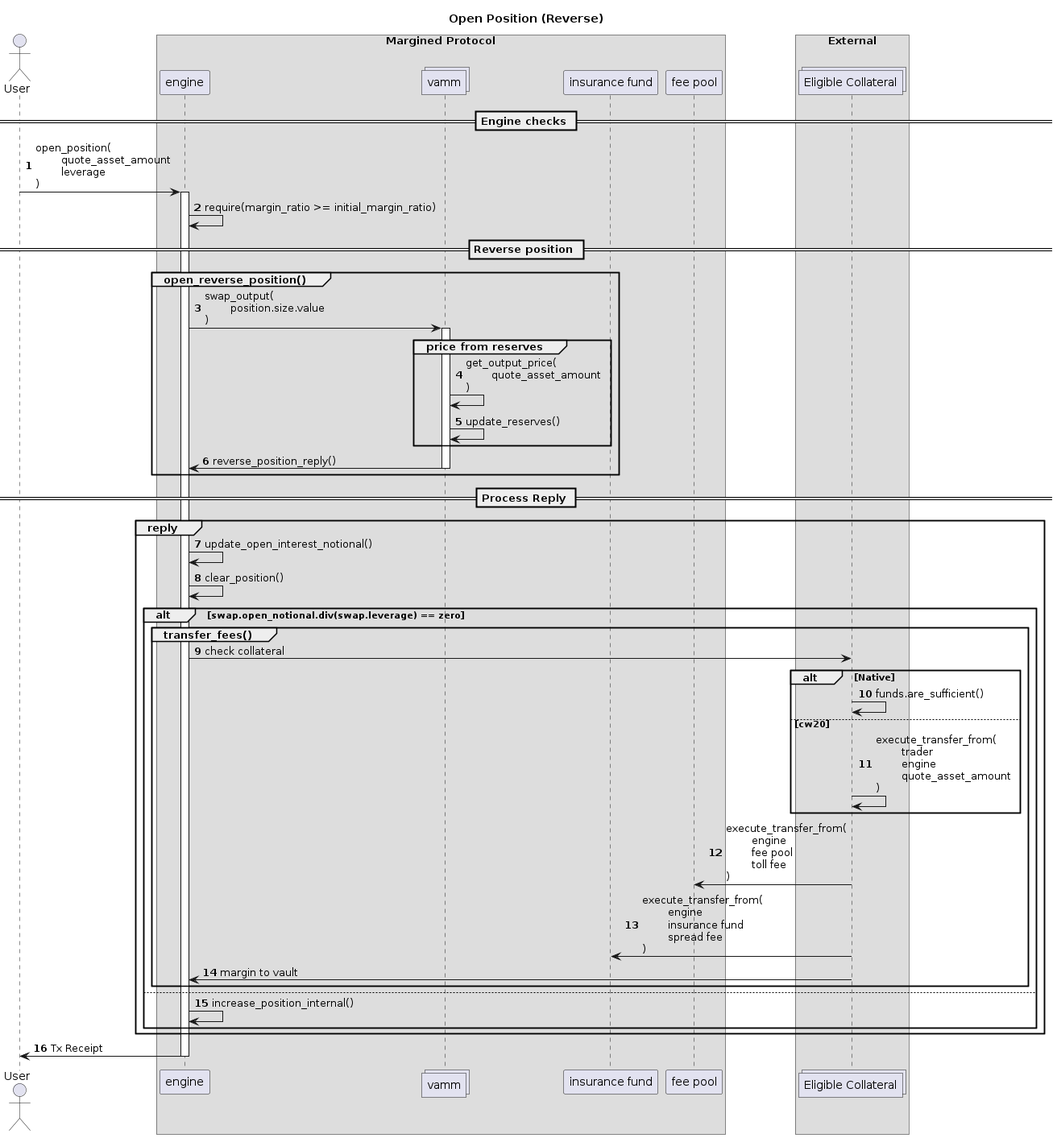
margined-protocol/docs keeps this PlantUML diagram as architecture/diagrams/open-pos-reverse.png. Above is the earlier version.
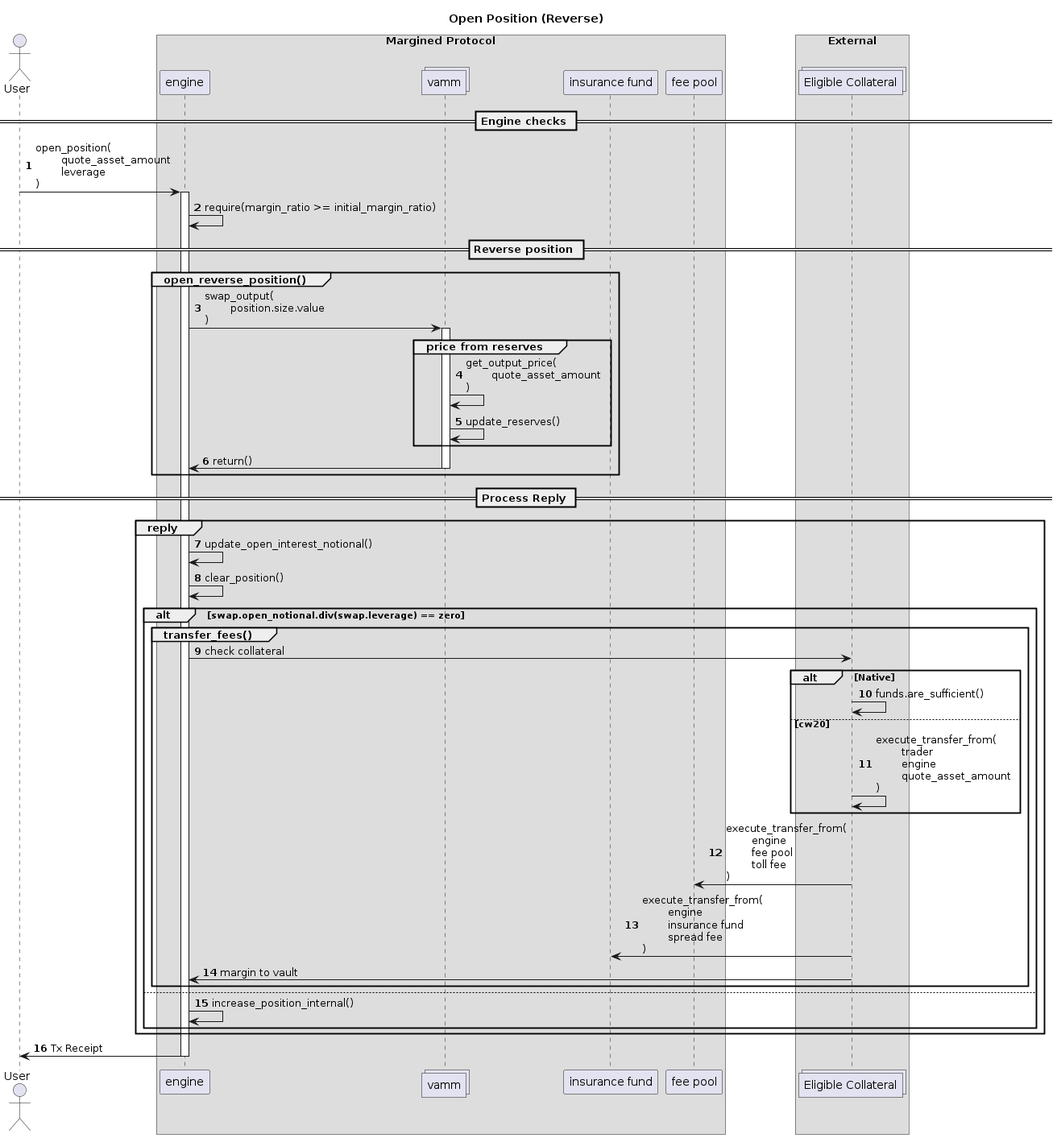
The same file after the commit.

Change to the diagram source:
```diff
@@ -34,7 +34,7 @@
         vamm -> vamm: update_reserves()
     end
 
-    vamm -> engine: reverse_position_reply()
+    vamm -> engine: return()
     deactivate vamm
 end
 
```
